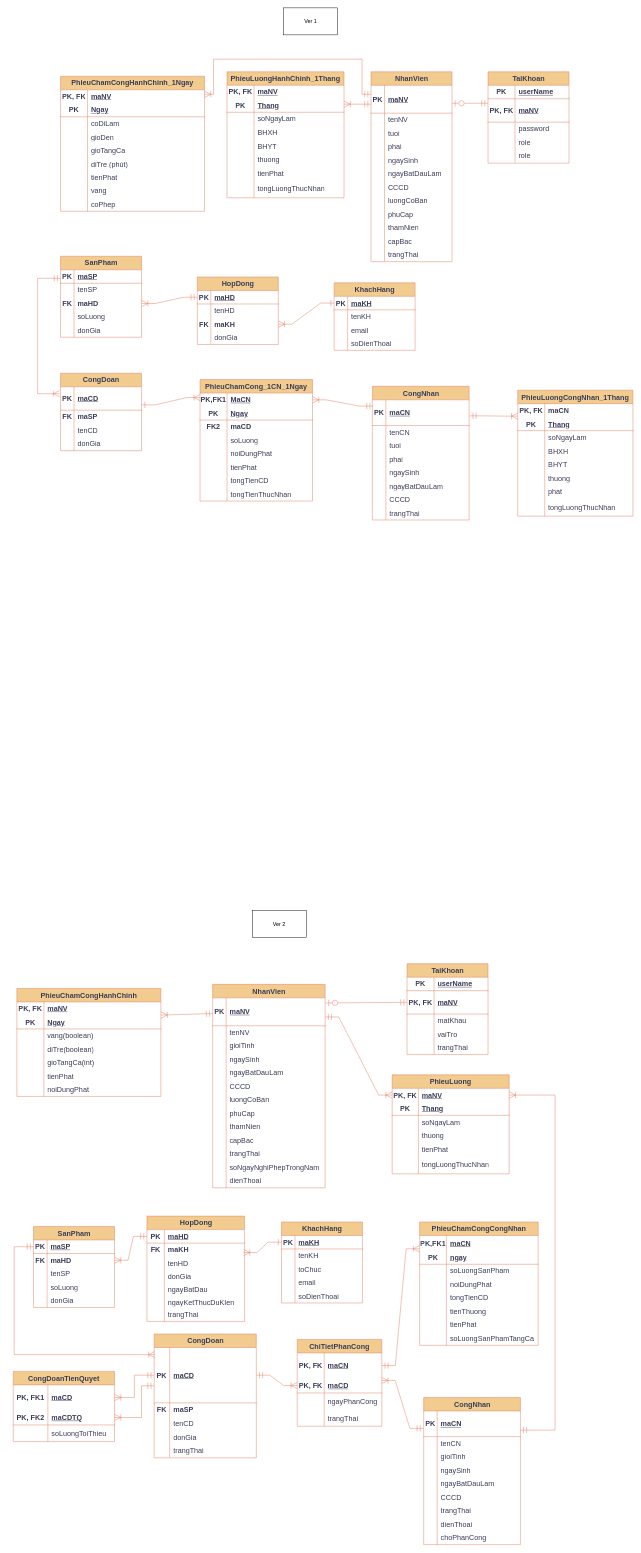
Earlier version of the draw.io diagram page "này enity" (1 of 2) of EntityRelationshipDiagram.drawio (TomTom2k/-management-of-a-ceramic-processing-company). Source tidied: cells renumbered, new cells numbered last; positions are measured from the earlier drawing's top-left corner, leaving out a move shared by most shapes. Both pictures are drawn from the tidied source at 45%, with x=0, y=0 at pixel (13, 8).
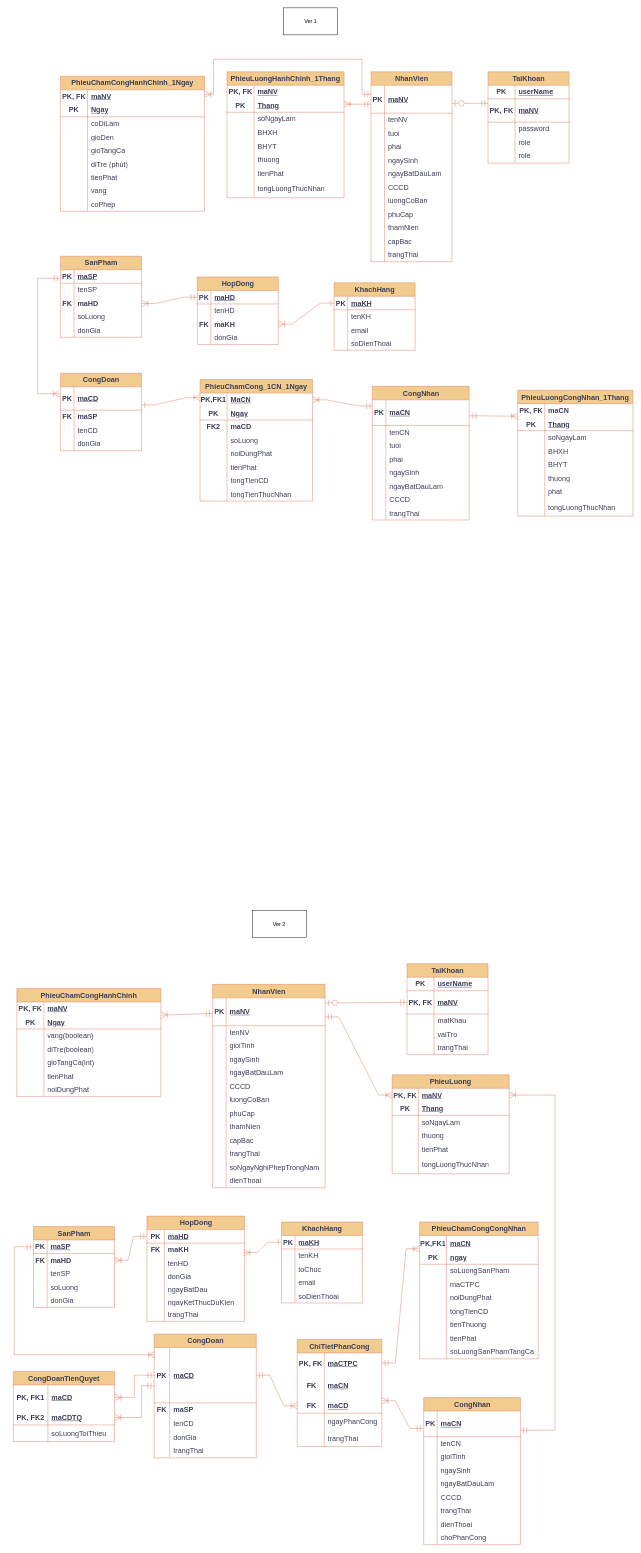
After the change.

Change to the diagram source:
```diff
@@
     <mxCell id="330" value="PhieuChamCongCongNhan" style="shape=table;startSize=30;childLayout=tableLayout;rowLines=0;fontStyle=1;align=center;html=1;whiteSpace=wrap;labelBackgroundColor=none;fillColor=#F2CC8F;strokeColor=#E07A5F;fontColor=#393C56;fontSize=16;" parent="1" vertex="1">
-      <mxGeometry x="903" y="2698" width="263.5" height="274.1" as="geometry" />
+      <mxGeometry x="903" y="2698" width="263.5" height="304.1" as="geometry" />
     </mxCell>
@@
+    <mxCell id="504" style="shape=tableRow;horizontal=0;startSize=0;swimlaneHead=0;swimlaneBody=0;fillColor=none;top=0;left=0;right=0;bottom=0;html=1;labelBackgroundColor=none;strokeColor=#E07A5F;fontColor=#393C56;fontSize=16;" parent="330" vertex="1">
+      <mxGeometry y="124" width="263.5" height="30" as="geometry" />
+    </mxCell>
+    <mxCell id="505" style="shape=partialRectangle;fillColor=none;top=0;left=0;bottom=0;right=0;overflow=hidden;html=1;whiteSpace=wrap;labelBackgroundColor=none;strokeColor=#E07A5F;fontColor=#393C56;fontSize=16;" parent="504" vertex="1">
+      <mxGeometry width="59.5" height="30" as="geometry" />
+    </mxCell>
+    <mxCell id="506" value="maCTPC" style="shape=partialRectangle;fillColor=none;top=0;left=0;bottom=0;right=0;align=left;spacingLeft=6;overflow=hidden;html=1;whiteSpace=wrap;labelBackgroundColor=none;strokeColor=#E07A5F;fontColor=#393C56;fontSize=16;" parent="504" vertex="1">
+      <mxGeometry x="59.5" width="204" height="30" as="geometry" />
+    </mxCell>
     <mxCell id="340" style="shape=tableRow;horizontal=0;startSize=0;swimlaneHead=0;swimlaneBody=0;fillColor=none;top=0;left=0;right=0;bottom=0;html=1;labelBackgroundColor=none;strokeColor=#E07A5F;fontColor=#393C56;fontSize=16;" parent="330" vertex="1">
-      <mxGeometry y="124" width="263.5" height="30" as="geometry" />
+      <mxGeometry y="154" width="263.5" height="30" as="geometry" />
     </mxCell>
@@
     <mxCell id="343" style="shape=tableRow;horizontal=0;startSize=0;swimlaneHead=0;swimlaneBody=0;fillColor=none;top=0;left=0;right=0;bottom=0;html=1;labelBackgroundColor=none;strokeColor=#E07A5F;fontColor=#393C56;fontSize=16;" parent="330" vertex="1">
-      <mxGeometry y="154" width="263.5" height="30" as="geometry" />
+      <mxGeometry y="184" width="263.5" height="30" as="geometry" />
     </mxCell>
@@
     <mxCell id="346" style="shape=tableRow;horizontal=0;startSize=0;swimlaneHead=0;swimlaneBody=0;fillColor=none;top=0;left=0;right=0;bottom=0;html=1;labelBackgroundColor=none;strokeColor=#E07A5F;fontColor=#393C56;fontSize=16;" parent="330" vertex="1">
-      <mxGeometry y="184" width="263.5" height="30" as="geometry" />
+      <mxGeometry y="214" width="263.5" height="30" as="geometry" />
     </mxCell>
@@
     <mxCell id="349" style="shape=tableRow;horizontal=0;startSize=0;swimlaneHead=0;swimlaneBody=0;fillColor=none;top=0;left=0;right=0;bottom=0;html=1;labelBackgroundColor=none;strokeColor=#E07A5F;fontColor=#393C56;fontSize=16;" parent="330" vertex="1">
-      <mxGeometry y="214" width="263.5" height="30" as="geometry" />
+      <mxGeometry y="244" width="263.5" height="30" as="geometry" />
     </mxCell>
@@
     <mxCell id="352" style="shape=tableRow;horizontal=0;startSize=0;swimlaneHead=0;swimlaneBody=0;fillColor=none;top=0;left=0;right=0;bottom=0;html=1;labelBackgroundColor=none;strokeColor=#E07A5F;fontColor=#393C56;fontSize=16;" parent="330" vertex="1">
-      <mxGeometry y="244" width="263.5" height="30" as="geometry" />
+      <mxGeometry y="274" width="263.5" height="30" as="geometry" />
     </mxCell>
@@
     <mxCell id="464" value="ChiTietPhanCong" style="shape=table;startSize=30;childLayout=tableLayout;rowLines=0;fontStyle=1;align=center;html=1;whiteSpace=wrap;labelBackgroundColor=none;fillColor=#F2CC8F;strokeColor=#E07A5F;fontColor=#393C56;fontSize=16;" parent="1" vertex="1">
-      <mxGeometry x="631" y="2959" width="188" height="193" as="geometry" />
+      <mxGeometry x="631" y="2959" width="188" height="238" as="geometry" />
     </mxCell>
     <mxCell id="465" style="shape=tableRow;horizontal=0;startSize=0;swimlaneHead=0;swimlaneBody=0;fillColor=none;points=[[0,0.5],[1,0.5]];portConstraint=eastwest;top=0;left=0;right=0;bottom=0;html=1;labelBackgroundColor=none;strokeColor=#E07A5F;fontColor=#393C56;fontSize=16;" parent="464" vertex="1">
-      <mxGeometry y="30" width="188" height="56" as="geometry" />
+      <mxGeometry y="30" width="188" height="45" as="geometry" />
     </mxCell>
     <mxCell id="466" value="PK, FK" style="shape=partialRectangle;fillColor=none;top=0;left=0;bottom=0;right=0;fontStyle=1;overflow=hidden;html=1;whiteSpace=wrap;labelBackgroundColor=none;strokeColor=#E07A5F;fontColor=#393C56;fontSize=16;" parent="465" vertex="1">
-      <mxGeometry width="60" height="56" as="geometry" />
+      <mxGeometry width="60" height="45" as="geometry" />
     </mxCell>
-    <mxCell id="467" value="maCN" style="shape=partialRectangle;fillColor=none;top=0;left=0;bottom=0;right=0;align=left;spacingLeft=6;fontStyle=5;overflow=hidden;html=1;whiteSpace=wrap;labelBackgroundColor=none;strokeColor=#E07A5F;fontColor=#393C56;fontSize=16;" parent="465" vertex="1">
-      <mxGeometry x="60" width="128" height="56" as="geometry" />
+    <mxCell id="467" value="maCTPC" style="shape=partialRectangle;fillColor=none;top=0;left=0;bottom=0;right=0;align=left;spacingLeft=6;fontStyle=5;overflow=hidden;html=1;whiteSpace=wrap;labelBackgroundColor=none;strokeColor=#E07A5F;fontColor=#393C56;fontSize=16;" parent="465" vertex="1">
+      <mxGeometry x="60" width="128" height="45" as="geometry" />
     </mxCell>
+    <mxCell id="507" style="shape=tableRow;horizontal=0;startSize=0;swimlaneHead=0;swimlaneBody=0;fillColor=none;top=0;left=0;right=0;bottom=0;html=1;labelBackgroundColor=none;strokeColor=#E07A5F;fontColor=#393C56;fontSize=16;" parent="464" vertex="1">
+      <mxGeometry y="75" width="188" height="56" as="geometry" />
+    </mxCell>
+    <mxCell id="508" value="&amp;nbsp;FK" style="shape=partialRectangle;fillColor=none;top=0;left=0;bottom=0;right=0;fontStyle=1;overflow=hidden;html=1;whiteSpace=wrap;labelBackgroundColor=none;strokeColor=#E07A5F;fontColor=#393C56;fontSize=16;" parent="507" vertex="1">
+      <mxGeometry width="60" height="56" as="geometry" />
+    </mxCell>
+    <mxCell id="509" value="maCN" style="shape=partialRectangle;fillColor=none;top=0;left=0;bottom=0;right=0;align=left;spacingLeft=6;fontStyle=5;overflow=hidden;html=1;whiteSpace=wrap;labelBackgroundColor=none;strokeColor=#E07A5F;fontColor=#393C56;fontSize=16;" parent="507" vertex="1">
+      <mxGeometry x="60" width="128" height="56" as="geometry" />
+    </mxCell>
     <mxCell id="468" style="shape=tableRow;horizontal=0;startSize=0;swimlaneHead=0;swimlaneBody=0;fillColor=none;points=[[0,0.5],[1,0.5]];portConstraint=eastwest;top=0;left=0;right=0;bottom=1;html=1;labelBackgroundColor=none;strokeColor=#E07A5F;fontColor=#393C56;fontSize=16;" parent="464" vertex="1">
-      <mxGeometry y="86" width="188" height="33" as="geometry" />
+      <mxGeometry y="131" width="188" height="33" as="geometry" />
     </mxCell>
-    <mxCell id="469" value="PK, FK" style="shape=partialRectangle;fillColor=none;top=0;left=0;bottom=0;right=0;fontStyle=1;overflow=hidden;html=1;whiteSpace=wrap;labelBackgroundColor=none;strokeColor=#E07A5F;fontColor=#393C56;fontSize=16;" parent="468" vertex="1">
+    <mxCell id="469" value="&amp;nbsp;FK" style="shape=partialRectangle;fillColor=none;top=0;left=0;bottom=0;right=0;fontStyle=1;overflow=hidden;html=1;whiteSpace=wrap;labelBackgroundColor=none;strokeColor=#E07A5F;fontColor=#393C56;fontSize=16;" parent="468" vertex="1">
       <mxGeometry width="60" height="33" as="geometry" />
     </mxCell>
@@
     <mxCell id="471" style="shape=tableRow;horizontal=0;startSize=0;swimlaneHead=0;swimlaneBody=0;fillColor=none;top=0;left=0;right=0;bottom=0;html=1;labelBackgroundColor=none;strokeColor=#E07A5F;fontColor=#393C56;fontSize=16;" parent="464" vertex="1">
-      <mxGeometry y="119" width="188" height="37" as="geometry" />
+      <mxGeometry y="164" width="188" height="37" as="geometry" />
     </mxCell>
@@
     <mxCell id="474" style="shape=tableRow;horizontal=0;startSize=0;swimlaneHead=0;swimlaneBody=0;fillColor=none;top=0;left=0;right=0;bottom=0;html=1;labelBackgroundColor=none;strokeColor=#E07A5F;fontColor=#393C56;fontSize=16;" parent="464" vertex="1">
-      <mxGeometry y="156" width="188" height="37" as="geometry" />
+      <mxGeometry y="201" width="188" height="37" as="geometry" />
     </mxCell>
```
